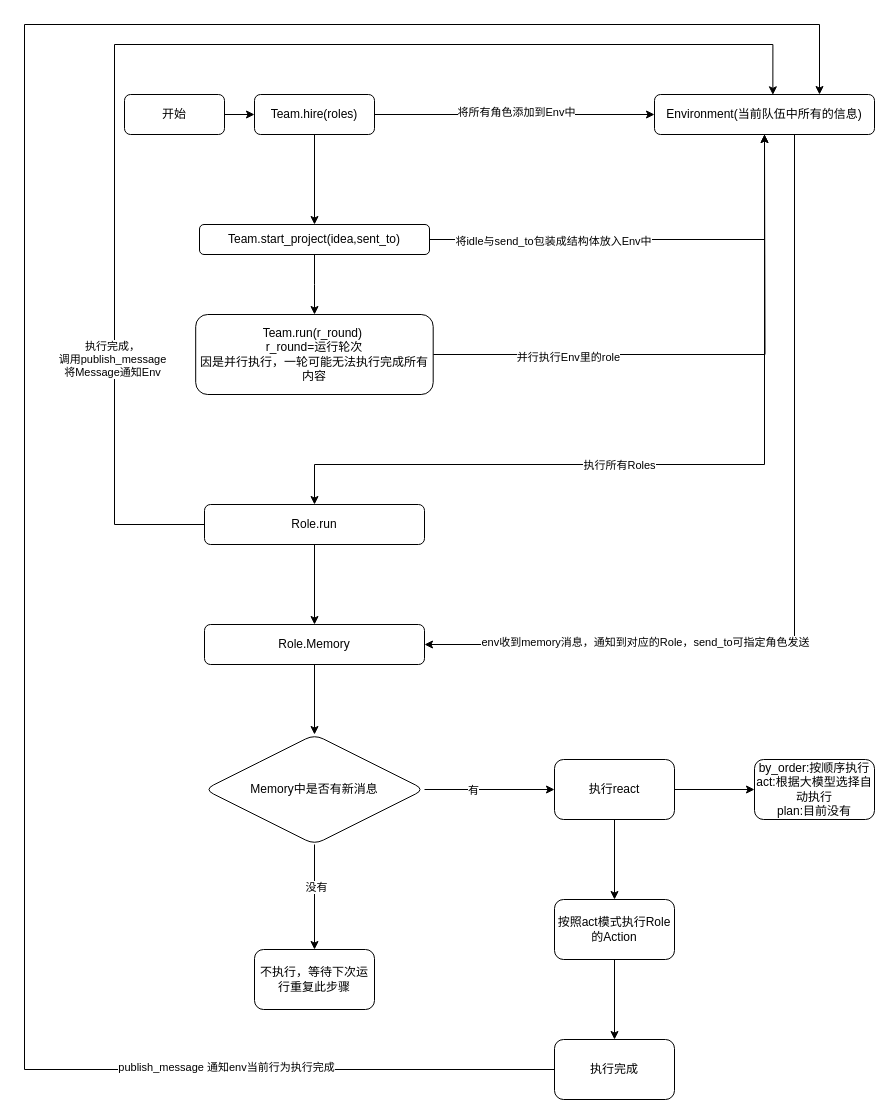
Before: assets/metagpt运行流程.drawio in GuoWenYuan/MetaGptLearningDocument, a draw.io diagram. Source tidied: cells renumbered, new cells numbered last; positions are measured from the earlier drawing's top-left corner, leaving out a move shared by most shapes. Both pictures are drawn from the tidied source at 100%, with x=0, y=0 at pixel (24, 24).
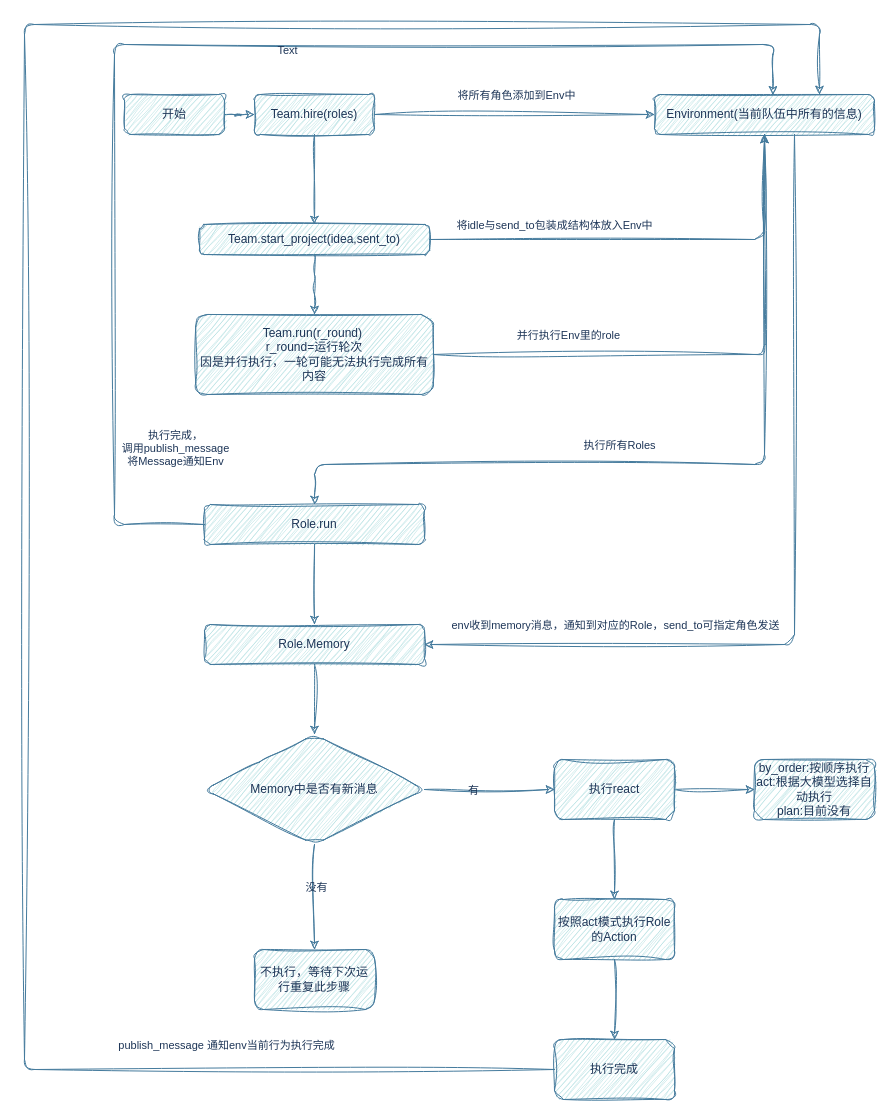
The same diagram, later.

The edit, as a diff of the source:
```diff
@@
-    <mxCell id="2" style="edgeStyle=orthogonalEdgeStyle;rounded=0;jettySize=auto;html=1;" parent="1" edge="1" source="5" target="10">
+    <mxCell id="2" style="edgeStyle=orthogonalEdgeStyle;rounded=1;jettySize=auto;html=1;strokeColor=#457B9D;labelBackgroundColor=none;fontColor=default;sketch=1;curveFitting=1;jiggle=2;" parent="1" edge="1" source="5" target="10">
       <mxGeometry relative="1" as="geometry" />
     </mxCell>
-    <mxCell id="3" value="将所有角色添加到Env中" style="edgeLabel;html=1;align=center;verticalAlign=middle;" parent="2" vertex="1">
-      <mxGeometry x="0.01" y="3" relative="1" as="geometry" />
+    <mxCell id="3" value="将所有角色添加到Env中" style="edgeLabel;html=1;align=center;verticalAlign=middle;labelBackgroundColor=none;fontColor=#1D3557;rounded=1;sketch=1;curveFitting=1;jiggle=2;" parent="2" vertex="1">
+      <mxGeometry x="0.01" y="3" relative="1" as="geometry">
+        <mxPoint y="-17" as="offset" />
+      </mxGeometry>
     </mxCell>
-    <mxCell id="4" style="edgeStyle=orthogonalEdgeStyle;rounded=0;jettySize=auto;html=1;" parent="1" edge="1" source="5" target="14">
+    <mxCell id="4" style="edgeStyle=orthogonalEdgeStyle;rounded=1;jettySize=auto;html=1;labelBackgroundColor=none;strokeColor=#457B9D;fontColor=default;sketch=1;curveFitting=1;jiggle=2;" parent="1" edge="1" source="5" target="14">
       <mxGeometry relative="1" as="geometry" />
     </mxCell>
-    <mxCell id="5" value="Team.hire(roles)" style="rounded=1;whiteSpace=wrap;html=1;fontSize=12;glass=0;strokeWidth=1;shadow=0;" parent="1" vertex="1">
+    <mxCell id="5" value="Team.hire(roles)" style="rounded=1;whiteSpace=wrap;html=1;fontSize=12;glass=0;strokeWidth=1;shadow=0;labelBackgroundColor=none;fillColor=#A8DADC;strokeColor=#457B9D;fontColor=#1D3557;sketch=1;curveFitting=1;jiggle=2;" parent="1" vertex="1">
       <mxGeometry x="230" y="70" width="120" height="40" as="geometry" />
     </mxCell>
-    <mxCell id="6" style="edgeStyle=orthogonalEdgeStyle;rounded=0;jettySize=auto;html=1;" parent="1" edge="1" source="10" target="19">
+    <mxCell id="6" style="edgeStyle=orthogonalEdgeStyle;rounded=1;jettySize=auto;html=1;strokeColor=#457B9D;labelBackgroundColor=none;fontColor=default;sketch=1;curveFitting=1;jiggle=2;" parent="1" edge="1" source="10" target="19">
       <mxGeometry relative="1" as="geometry">
         <Array as="points">
           <mxPoint x="740" y="440" />
           <mxPoint x="290" y="440" />
         </Array>
       </mxGeometry>
     </mxCell>
-    <mxCell id="7" value="执行所有Roles" style="edgeLabel;html=1;align=center;verticalAlign=middle;" parent="6" vertex="1">
-      <mxGeometry x="0.16" relative="1" as="geometry" />
+    <mxCell id="7" value="执行所有Roles" style="edgeLabel;html=1;align=center;verticalAlign=middle;labelBackgroundColor=none;fontColor=#1D3557;rounded=1;sketch=1;curveFitting=1;jiggle=2;" parent="6" vertex="1">
+      <mxGeometry x="0.16" relative="1" as="geometry">
+        <mxPoint y="-20" as="offset" />
+      </mxGeometry>
     </mxCell>
-    <mxCell id="8" style="edgeStyle=orthogonalEdgeStyle;rounded=0;jettySize=auto;html=1;entryX=1;entryY=0.5;entryDx=0;entryDy=0;" parent="1" edge="1" source="10" target="21">
+    <mxCell id="8" style="edgeStyle=orthogonalEdgeStyle;rounded=1;jettySize=auto;html=1;entryX=1;entryY=0.5;entryDx=0;entryDy=0;strokeColor=#457B9D;labelBackgroundColor=none;fontColor=default;sketch=1;curveFitting=1;jiggle=2;" parent="1" edge="1" source="10" target="21">
       <mxGeometry relative="1" as="geometry">
         <Array as="points">
           <mxPoint x="770" y="620" />
         </Array>
       </mxGeometry>
     </mxCell>
-    <mxCell id="9" value="env收到memory消息，通知到对应的Role，send_to可指定角色发送" style="edgeLabel;html=1;align=center;verticalAlign=middle;" parent="8" vertex="1">
-      <mxGeometry x="0.5" y="-3" relative="1" as="geometry" />
+    <mxCell id="9" value="env收到memory消息，通知到对应的Role，send_to可指定角色发送" style="edgeLabel;html=1;align=center;verticalAlign=middle;labelBackgroundColor=none;fontColor=#1D3557;rounded=1;sketch=1;curveFitting=1;jiggle=2;" parent="8" vertex="1">
+      <mxGeometry x="0.5" y="-3" relative="1" as="geometry">
+        <mxPoint x="-30" y="-17" as="offset" />
+      </mxGeometry>
     </mxCell>
-    <mxCell id="10" value="Environment(当前队伍中所有的信息)" style="rounded=1;whiteSpace=wrap;html=1;fontSize=12;glass=0;strokeWidth=1;shadow=0;" parent="1" vertex="1">
+    <mxCell id="10" value="Environment(当前队伍中所有的信息)" style="rounded=1;whiteSpace=wrap;html=1;fontSize=12;glass=0;strokeWidth=1;shadow=0;labelBackgroundColor=none;fillColor=#A8DADC;strokeColor=#457B9D;fontColor=#1D3557;sketch=1;curveFitting=1;jiggle=2;" parent="1" vertex="1">
       <mxGeometry x="630" y="70" width="220" height="40" as="geometry" />
     </mxCell>
-    <mxCell id="11" style="edgeStyle=orthogonalEdgeStyle;rounded=0;jettySize=auto;html=1;" parent="1" edge="1" source="14" target="10">
+    <mxCell id="11" style="edgeStyle=orthogonalEdgeStyle;rounded=1;jettySize=auto;html=1;strokeColor=#457B9D;labelBackgroundColor=none;fontColor=default;sketch=1;curveFitting=1;jiggle=2;" parent="1" edge="1" source="14" target="10">
       <mxGeometry relative="1" as="geometry" />
     </mxCell>
-    <mxCell id="12" value="将idle与send_to包装成结构体放入Env中" style="edgeLabel;html=1;align=center;verticalAlign=middle;" parent="11" vertex="1">
-      <mxGeometry x="-0.44" y="-1" relative="1" as="geometry" />
+    <mxCell id="12" value="将idle与send_to包装成结构体放入Env中" style="edgeLabel;html=1;align=center;verticalAlign=middle;labelBackgroundColor=none;fontColor=#1D3557;rounded=1;sketch=1;curveFitting=1;jiggle=2;" parent="11" vertex="1">
+      <mxGeometry x="-0.44" y="-1" relative="1" as="geometry">
+        <mxPoint x="1" y="-16" as="offset" />
+      </mxGeometry>
     </mxCell>
-    <mxCell id="13" style="edgeStyle=orthogonalEdgeStyle;rounded=0;jettySize=auto;html=1;" parent="1" edge="1" source="14" target="17">
+    <mxCell id="13" style="edgeStyle=orthogonalEdgeStyle;rounded=1;jettySize=auto;html=1;labelBackgroundColor=none;strokeColor=#457B9D;fontColor=default;sketch=1;curveFitting=1;jiggle=2;" parent="1" edge="1" source="14" target="17">
       <mxGeometry relative="1" as="geometry" />
     </mxCell>
-    <mxCell id="14" value="Team.start_project(idea,sent_to&lt;span style=&quot;background-color: initial;&quot;&gt;)&lt;br&gt;&lt;/span&gt;" style="rounded=1;whiteSpace=wrap;html=1;fontSize=12;glass=0;strokeWidth=1;shadow=0;" parent="1" vertex="1">
+    <mxCell id="14" value="Team.start_project(idea,sent_to&lt;span style=&quot;background-color: initial;&quot;&gt;)&lt;br&gt;&lt;/span&gt;" style="rounded=1;whiteSpace=wrap;html=1;fontSize=12;glass=0;strokeWidth=1;shadow=0;labelBackgroundColor=none;fillColor=#A8DADC;strokeColor=#457B9D;fontColor=#1D3557;sketch=1;curveFitting=1;jiggle=2;" parent="1" vertex="1">
       <mxGeometry x="175" y="200" width="230" height="30" as="geometry" />
     </mxCell>
-    <mxCell id="15" style="edgeStyle=orthogonalEdgeStyle;rounded=0;jettySize=auto;html=1;" parent="1" edge="1" source="17">
+    <mxCell id="15" style="edgeStyle=orthogonalEdgeStyle;rounded=1;jettySize=auto;html=1;strokeColor=#457B9D;labelBackgroundColor=none;fontColor=default;sketch=1;curveFitting=1;jiggle=2;" parent="1" edge="1" source="17">
       <mxGeometry relative="1" as="geometry">
         <mxPoint x="740" y="110" as="targetPoint" />
       </mxGeometry>
     </mxCell>
-    <mxCell id="16" value="并行执行Env里的role" style="edgeLabel;html=1;align=center;verticalAlign=middle;" parent="15" vertex="1">
-      <mxGeometry x="-0.51" y="-2" relative="1" as="geometry" />
+    <mxCell id="16" value="并行执行Env里的role" style="edgeLabel;html=1;align=center;verticalAlign=middle;labelBackgroundColor=none;fontColor=#1D3557;rounded=1;sketch=1;curveFitting=1;jiggle=2;" parent="15" vertex="1">
+      <mxGeometry x="-0.51" y="-2" relative="1" as="geometry">
+        <mxPoint y="-22" as="offset" />
+      </mxGeometry>
     </mxCell>
-    <mxCell id="17" value="&lt;span style=&quot;background-color: initial;&quot;&gt;Team.run(r_round)&amp;nbsp; &lt;br&gt;r_round=运行轮次&lt;br&gt;因是并行执行，一轮可能无法执行完成所有内容&lt;br&gt;&lt;/span&gt;" style="rounded=1;whiteSpace=wrap;html=1;fontSize=12;glass=0;strokeWidth=1;shadow=0;" parent="1" vertex="1">
+    <mxCell id="17" value="&lt;span style=&quot;background-color: initial;&quot;&gt;Team.run(r_round)&amp;nbsp; &lt;br&gt;r_round=运行轮次&lt;br&gt;因是并行执行，一轮可能无法执行完成所有内容&lt;br&gt;&lt;/span&gt;" style="rounded=1;whiteSpace=wrap;html=1;fontSize=12;glass=0;strokeWidth=1;shadow=0;labelBackgroundColor=none;fillColor=#A8DADC;strokeColor=#457B9D;fontColor=#1D3557;sketch=1;curveFitting=1;jiggle=2;" parent="1" vertex="1">
       <mxGeometry x="171.2" y="290" width="237.5" height="80" as="geometry" />
     </mxCell>
-    <mxCell id="18" style="edgeStyle=orthogonalEdgeStyle;rounded=0;jettySize=auto;html=1;" parent="1" edge="1" source="19" target="21">
+    <mxCell id="18" style="edgeStyle=orthogonalEdgeStyle;rounded=1;jettySize=auto;html=1;strokeColor=#457B9D;labelBackgroundColor=none;fontColor=default;sketch=1;curveFitting=1;jiggle=2;" parent="1" edge="1" source="19" target="21">
       <mxGeometry relative="1" as="geometry" />
     </mxCell>
-    <mxCell id="19" value="Role.run" style="rounded=1;whiteSpace=wrap;html=1;fontSize=12;glass=0;strokeWidth=1;shadow=0;" parent="1" vertex="1">
+    <mxCell id="19" value="Role.run" style="rounded=1;whiteSpace=wrap;html=1;fontSize=12;glass=0;strokeWidth=1;shadow=0;labelBackgroundColor=none;fillColor=#A8DADC;strokeColor=#457B9D;fontColor=#1D3557;sketch=1;curveFitting=1;jiggle=2;" parent="1" vertex="1">
       <mxGeometry x="180" y="480" width="220" height="40" as="geometry" />
     </mxCell>
-    <mxCell id="20" style="edgeStyle=orthogonalEdgeStyle;rounded=0;jettySize=auto;html=1;" parent="1" edge="1" source="21" target="28">
+    <mxCell id="20" style="edgeStyle=orthogonalEdgeStyle;rounded=1;jettySize=auto;html=1;strokeColor=#457B9D;labelBackgroundColor=none;fontColor=default;sketch=1;curveFitting=1;jiggle=2;" parent="1" edge="1" source="21" target="28">
       <mxGeometry relative="1" as="geometry" />
     </mxCell>
-    <mxCell id="21" value="Role.Memory" style="rounded=1;whiteSpace=wrap;html=1;fontSize=12;glass=0;strokeWidth=1;shadow=0;" parent="1" vertex="1">
+    <mxCell id="21" value="Role.Memory" style="rounded=1;whiteSpace=wrap;html=1;fontSize=12;glass=0;strokeWidth=1;shadow=0;labelBackgroundColor=none;fillColor=#A8DADC;strokeColor=#457B9D;fontColor=#1D3557;sketch=1;curveFitting=1;jiggle=2;" parent="1" vertex="1">
       <mxGeometry x="180" y="600" width="220" height="40" as="geometry" />
     </mxCell>
-    <mxCell id="22" style="edgeStyle=orthogonalEdgeStyle;rounded=0;jettySize=auto;html=1;entryX=0.538;entryY=0.008;entryDx=0;entryDy=0;entryPerimeter=0;" parent="1" edge="1" source="19" target="10">
+    <mxCell id="22" style="edgeStyle=orthogonalEdgeStyle;rounded=1;jettySize=auto;html=1;entryX=0.538;entryY=0.008;entryDx=0;entryDy=0;entryPerimeter=0;strokeColor=#457B9D;labelBackgroundColor=none;fontColor=default;sketch=1;curveFitting=1;jiggle=2;" parent="1" edge="1" source="19" target="10">
       <mxGeometry relative="1" as="geometry">
         <Array as="points">
           <mxPoint x="90" y="500" />
           <mxPoint x="90" y="20" />
           <mxPoint x="748" y="20" />
         </Array>
       </mxGeometry>
     </mxCell>
-    <mxCell id="23" value="执行完成，&lt;br&gt;调用publish_message &lt;br&gt;将Message通知Env" style="edgeLabel;html=1;align=center;verticalAlign=middle;" parent="22" vertex="1">
-      <mxGeometry x="-0.6" y="3" relative="1" as="geometry" />
+    <mxCell id="23" value="执行完成，&lt;br&gt;调用publish_message &lt;br&gt;将Message通知Env" style="edgeLabel;html=1;align=center;verticalAlign=middle;labelBackgroundColor=none;fontColor=#1D3557;rounded=1;sketch=1;curveFitting=1;jiggle=2;" parent="22" vertex="1">
+      <mxGeometry x="-0.6" y="3" relative="1" as="geometry">
+        <mxPoint x="63" y="89" as="offset" />
+      </mxGeometry>
     </mxCell>
+    <mxCell id="41" value="Text" style="edgeLabel;html=1;align=center;verticalAlign=middle;labelBackgroundColor=none;fontColor=#1D3557;rounded=1;sketch=1;curveFitting=1;jiggle=2;" parent="22" vertex="1">
+      <mxGeometry x="0.16" y="-5" relative="1" as="geometry" />
+    </mxCell>
-    <mxCell id="24" style="edgeStyle=orthogonalEdgeStyle;rounded=0;jettySize=auto;html=1;" parent="1" edge="1" source="28" target="31">
+    <mxCell id="24" style="edgeStyle=orthogonalEdgeStyle;rounded=1;jettySize=auto;html=1;strokeColor=#457B9D;labelBackgroundColor=none;fontColor=default;sketch=1;curveFitting=1;jiggle=2;" parent="1" edge="1" source="28" target="31">
       <mxGeometry relative="1" as="geometry" />
     </mxCell>
-    <mxCell id="25" value="有" style="edgeLabel;html=1;align=center;verticalAlign=middle;" parent="24" vertex="1">
+    <mxCell id="25" value="有" style="edgeLabel;html=1;align=center;verticalAlign=middle;labelBackgroundColor=none;fontColor=#1D3557;rounded=1;sketch=1;curveFitting=1;jiggle=2;" parent="24" vertex="1">
       <mxGeometry x="-0.26" relative="1" as="geometry" />
     </mxCell>
-    <mxCell id="26" style="edgeStyle=orthogonalEdgeStyle;rounded=0;jettySize=auto;html=1;" parent="1" edge="1" source="28" target="33">
+    <mxCell id="26" style="edgeStyle=orthogonalEdgeStyle;rounded=1;jettySize=auto;html=1;strokeColor=#457B9D;labelBackgroundColor=none;fontColor=default;sketch=1;curveFitting=1;jiggle=2;" parent="1" edge="1" source="28" target="33">
       <mxGeometry relative="1" as="geometry" />
     </mxCell>
-    <mxCell id="27" value="没有" style="edgeLabel;html=1;align=center;verticalAlign=middle;" parent="26" vertex="1">
+    <mxCell id="27" value="没有" style="edgeLabel;html=1;align=center;verticalAlign=middle;labelBackgroundColor=none;fontColor=#1D3557;rounded=1;sketch=1;curveFitting=1;jiggle=2;" parent="26" vertex="1">
       <mxGeometry x="-0.2" y="1" relative="1" as="geometry" />
     </mxCell>
-    <mxCell id="28" value="Memory中是否有新消息" style="rhombus;whiteSpace=wrap;html=1;rounded=1;glass=0;strokeWidth=1;shadow=0;" parent="1" vertex="1">
+    <mxCell id="28" value="Memory中是否有新消息" style="rhombus;whiteSpace=wrap;html=1;rounded=1;glass=0;strokeWidth=1;shadow=0;labelBackgroundColor=none;fillColor=#A8DADC;strokeColor=#457B9D;fontColor=#1D3557;sketch=1;curveFitting=1;jiggle=2;" parent="1" vertex="1">
       <mxGeometry x="180" y="710" width="220" height="110" as="geometry" />
     </mxCell>
-    <mxCell id="29" style="edgeStyle=orthogonalEdgeStyle;rounded=0;jettySize=auto;html=1;" parent="1" edge="1" source="31" target="32">
+    <mxCell id="29" style="edgeStyle=orthogonalEdgeStyle;rounded=1;jettySize=auto;html=1;strokeColor=#457B9D;labelBackgroundColor=none;fontColor=default;sketch=1;curveFitting=1;jiggle=2;" parent="1" edge="1" source="31" target="32">
       <mxGeometry relative="1" as="geometry" />
     </mxCell>
-    <mxCell id="30" style="edgeStyle=orthogonalEdgeStyle;rounded=0;jettySize=auto;html=1;" parent="1" edge="1" source="31" target="35">
+    <mxCell id="30" style="edgeStyle=orthogonalEdgeStyle;rounded=1;jettySize=auto;html=1;strokeColor=#457B9D;labelBackgroundColor=none;fontColor=default;sketch=1;curveFitting=1;jiggle=2;" parent="1" edge="1" source="31" target="35">
       <mxGeometry relative="1" as="geometry" />
     </mxCell>
-    <mxCell id="31" value="执行react" style="rounded=1;whiteSpace=wrap;html=1;glass=0;strokeWidth=1;shadow=0;" parent="1" vertex="1">
+    <mxCell id="31" value="执行react" style="rounded=1;whiteSpace=wrap;html=1;glass=0;strokeWidth=1;shadow=0;labelBackgroundColor=none;fillColor=#A8DADC;strokeColor=#457B9D;fontColor=#1D3557;sketch=1;curveFitting=1;jiggle=2;" parent="1" vertex="1">
       <mxGeometry x="530" y="735" width="120" height="60" as="geometry" />
     </mxCell>
-    <mxCell id="32" value="by_order:按顺序执行&lt;br&gt;act:根据大模型选择自动执行&lt;br&gt;plan:目前没有" style="rounded=1;whiteSpace=wrap;html=1;glass=0;strokeWidth=1;shadow=0;" parent="1" vertex="1">
+    <mxCell id="32" value="by_order:按顺序执行&lt;br&gt;act:根据大模型选择自动执行&lt;br&gt;plan:目前没有" style="rounded=1;whiteSpace=wrap;html=1;glass=0;strokeWidth=1;shadow=0;labelBackgroundColor=none;fillColor=#A8DADC;strokeColor=#457B9D;fontColor=#1D3557;sketch=1;curveFitting=1;jiggle=2;" parent="1" vertex="1">
       <mxGeometry x="730" y="735" width="120" height="60" as="geometry" />
     </mxCell>
-    <mxCell id="33" value="不执行，等待下次运行重复此步骤" style="whiteSpace=wrap;html=1;rounded=1;glass=0;strokeWidth=1;shadow=0;" parent="1" vertex="1">
+    <mxCell id="33" value="不执行，等待下次运行重复此步骤" style="whiteSpace=wrap;html=1;rounded=1;glass=0;strokeWidth=1;shadow=0;labelBackgroundColor=none;fillColor=#A8DADC;strokeColor=#457B9D;fontColor=#1D3557;sketch=1;curveFitting=1;jiggle=2;" parent="1" vertex="1">
       <mxGeometry x="230" y="925" width="120" height="60" as="geometry" />
     </mxCell>
-    <mxCell id="34" style="edgeStyle=orthogonalEdgeStyle;rounded=0;jettySize=auto;html=1;" parent="1" edge="1" source="35" target="38">
+    <mxCell id="34" style="edgeStyle=orthogonalEdgeStyle;rounded=1;jettySize=auto;html=1;strokeColor=#457B9D;labelBackgroundColor=none;fontColor=default;sketch=1;curveFitting=1;jiggle=2;" parent="1" edge="1" source="35" target="38">
       <mxGeometry relative="1" as="geometry" />
     </mxCell>
-    <mxCell id="35" value="按照act模式执行Role的Action" style="rounded=1;whiteSpace=wrap;html=1;glass=0;strokeWidth=1;shadow=0;" parent="1" vertex="1">
+    <mxCell id="35" value="按照act模式执行Role的Action" style="rounded=1;whiteSpace=wrap;html=1;glass=0;strokeWidth=1;shadow=0;labelBackgroundColor=none;fillColor=#A8DADC;strokeColor=#457B9D;fontColor=#1D3557;sketch=1;curveFitting=1;jiggle=2;" parent="1" vertex="1">
       <mxGeometry x="530" y="875" width="120" height="60" as="geometry" />
     </mxCell>
-    <mxCell id="36" style="edgeStyle=orthogonalEdgeStyle;rounded=0;jettySize=auto;html=1;entryX=0.75;entryY=0;entryDx=0;entryDy=0;" parent="1" edge="1" source="38" target="10">
+    <mxCell id="36" style="edgeStyle=orthogonalEdgeStyle;rounded=1;jettySize=auto;html=1;entryX=0.75;entryY=0;entryDx=0;entryDy=0;strokeColor=#457B9D;labelBackgroundColor=none;fontColor=default;sketch=1;curveFitting=1;jiggle=2;" parent="1" edge="1" source="38" target="10">
       <mxGeometry relative="1" as="geometry">
         <Array as="points">
           <mxPoint y="1045" />
           <mxPoint />
           <mxPoint x="795" />
         </Array>
       </mxGeometry>
     </mxCell>
-    <mxCell id="37" value="publish_message 通知env当前行为执行完成" style="edgeLabel;html=1;align=center;verticalAlign=middle;" parent="36" vertex="1">
-      <mxGeometry x="-0.73" y="-3" relative="1" as="geometry" />
+    <mxCell id="37" value="publish_message 通知env当前行为执行完成" style="edgeLabel;html=1;align=center;verticalAlign=middle;labelBackgroundColor=none;fontColor=#1D3557;rounded=1;sketch=1;curveFitting=1;jiggle=2;" parent="36" vertex="1">
+      <mxGeometry x="-0.73" y="-3" relative="1" as="geometry">
+        <mxPoint y="-22" as="offset" />
+      </mxGeometry>
     </mxCell>
-    <mxCell id="38" value="执行完成" style="rounded=1;whiteSpace=wrap;html=1;glass=0;strokeWidth=1;shadow=0;" parent="1" vertex="1">
+    <mxCell id="38" value="执行完成" style="rounded=1;whiteSpace=wrap;html=1;glass=0;strokeWidth=1;shadow=0;labelBackgroundColor=none;fillColor=#A8DADC;strokeColor=#457B9D;fontColor=#1D3557;sketch=1;curveFitting=1;jiggle=2;" parent="1" vertex="1">
       <mxGeometry x="530" y="1015" width="120" height="60" as="geometry" />
     </mxCell>
-    <mxCell id="39" style="edgeStyle=orthogonalEdgeStyle;rounded=0;jettySize=auto;html=1;" parent="1" edge="1" source="40" target="5">
+    <mxCell id="39" style="edgeStyle=orthogonalEdgeStyle;rounded=1;jettySize=auto;html=1;strokeColor=#457B9D;labelBackgroundColor=none;fontColor=default;sketch=1;curveFitting=1;jiggle=2;" parent="1" edge="1" source="40" target="5">
       <mxGeometry relative="1" as="geometry" />
     </mxCell>
-    <mxCell id="40" value="开始" style="rounded=1;whiteSpace=wrap;html=1;" parent="1" vertex="1">
+    <mxCell id="40" value="开始" style="rounded=1;whiteSpace=wrap;html=1;labelBackgroundColor=none;fillColor=#A8DADC;strokeColor=#457B9D;fontColor=#1D3557;sketch=1;curveFitting=1;jiggle=2;" parent="1" vertex="1">
       <mxGeometry x="100" y="70" width="100" height="40" as="geometry" />
     </mxCell>
```
